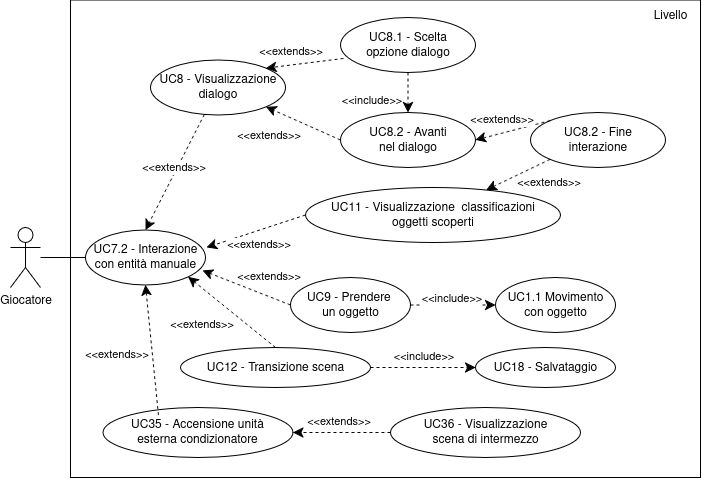
Before: Documentazione/source/imgs/uc-interazione_manuale.png, a diagram exported from draw.io (fliposab/ProgettoStage). Source tidied: cells renumbered, new cells last; positions are measured from the earlier drawing's top-left corner, leaving out a move shared by most shapes.
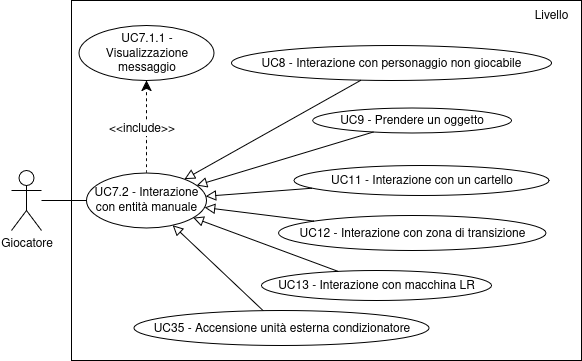
The same file after the commit.

Diff of the diagram source:
```diff
@@ -3,156 +3,66 @@
     <mxCell id="0" />
     <mxCell id="1" parent="0" />
     <mxCell id="2" style="rounded=0;whiteSpace=wrap;html=1;gradientColor=none;" parent="1" vertex="1">
-      <mxGeometry x="60" y="0.5" width="630" height="477.5" as="geometry" />
+      <mxGeometry x="60" y="58" width="510" height="360" as="geometry" />
     </mxCell>
-    <mxCell id="3" style="rounded=0;jettySize=auto;html=1;entryX=0;entryY=0.5;entryDx=0;entryDy=0;endArrow=none;startFill=0;" parent="1" edge="1" source="4" target="5">
+    <mxCell id="3" style="rounded=0;jettySize=auto;html=1;entryX=0;entryY=0.5;entryDx=0;entryDy=0;endArrow=none;startFill=0;" parent="1" edge="1" source="4" target="7">
       <mxGeometry relative="1" as="geometry" />
     </mxCell>
     <mxCell id="4" value="Giocatore" style="shape=umlActor;verticalLabelPosition=bottom;verticalAlign=top;html=1;outlineConnect=0;" parent="1" vertex="1">
       <mxGeometry y="228" width="30" height="60" as="geometry" />
     </mxCell>
-    <mxCell id="5" value="&lt;div&gt;UC7.2 - Interazione&lt;/div&gt;&lt;div&gt;con entità manuale&lt;/div&gt;" style="ellipse;whiteSpace=wrap;html=1;" parent="1" vertex="1">
-      <mxGeometry x="75" y="230.5" width="120" height="55" as="geometry" />
+    <mxCell id="5" style="edgeStyle=none;curved=1;rounded=0;jettySize=auto;html=1;fontSize=12;startSize=8;endSize=8;dashed=1;" parent="1" edge="1" source="7" target="11">
+      <mxGeometry relative="1" as="geometry" />
     </mxCell>
-    <mxCell id="6" value="Livello" style="text;html=1;align=center;verticalAlign=middle;whiteSpace=wrap;rounded=0;" parent="1" vertex="1">
-      <mxGeometry x="630" y="0.5" width="60" height="30" as="geometry" />
+    <mxCell id="6" value="&amp;lt;&amp;lt;include&amp;gt;&amp;gt;" style="edgeLabel;html=1;align=center;verticalAlign=middle;fontSize=12;" parent="5" vertex="1">
+      <mxGeometry x="0.39" y="1" relative="1" as="geometry">
+        <mxPoint x="-5" y="19" as="offset" />
+      </mxGeometry>
     </mxCell>
-    <mxCell id="7" value="&lt;div&gt;UC9 - Prendere&amp;nbsp;&lt;/div&gt;&lt;div&gt;un oggetto&lt;/div&gt;" style="ellipse;whiteSpace=wrap;html=1;" parent="1" vertex="1">
-      <mxGeometry x="280" y="278" width="120" height="55" as="geometry" />
+    <mxCell id="7" value="&lt;div&gt;UC7.2 - Interazione&lt;/div&gt;&lt;div&gt;con entità manuale&lt;/div&gt;" style="ellipse;whiteSpace=wrap;html=1;" parent="1" vertex="1">
+      <mxGeometry x="75" y="230.5" width="120" height="55" as="geometry" />
     </mxCell>
-    <mxCell id="8" value="&lt;div&gt;UC8 -&amp;nbsp;Visualizzazione&lt;/div&gt;&lt;div&gt;dialogo&lt;/div&gt;" style="ellipse;whiteSpace=wrap;html=1;" parent="1" vertex="1">
-      <mxGeometry x="140" y="60.5" width="135" height="55" as="geometry" />
+    <mxCell id="8" value="Livello" style="text;html=1;align=center;verticalAlign=middle;whiteSpace=wrap;rounded=0;" parent="1" vertex="1">
+      <mxGeometry x="510" y="58" width="60" height="30" as="geometry" />
     </mxCell>
-    <mxCell id="9" style="rounded=0;jettySize=auto;html=1;entryX=0.5;entryY=0;entryDx=0;entryDy=0;endArrow=classic;endFill=1;endSize=8;dashed=1;startArrow=none;startFill=0;" parent="1" edge="1" source="8" target="5">
+    <mxCell id="9" style="edgeStyle=none;curved=1;rounded=0;jettySize=auto;html=1;fontSize=12;startSize=8;endSize=8;endArrow=block;endFill=0;" parent="1" edge="1" source="10" target="7">
       <mxGeometry relative="1" as="geometry" />
     </mxCell>
-    <mxCell id="10" value="&amp;lt;&amp;lt;extends&amp;gt;&amp;gt;" style="edgeLabel;html=1;align=center;verticalAlign=middle;points=[];" parent="9" vertex="1">
-      <mxGeometry x="-0.1" relative="1" as="geometry">
-        <mxPoint x="-5" as="offset" />
-      </mxGeometry>
+    <mxCell id="10" value="&lt;div&gt;UC35 - Accensione unità esterna condizionatore&lt;/div&gt;" style="ellipse;whiteSpace=wrap;html=1;" parent="1" vertex="1">
+      <mxGeometry x="122.5" y="368" width="295" height="35" as="geometry" />
     </mxCell>
-    <mxCell id="11" value="&lt;div&gt;UC8.2 - Avanti&lt;/div&gt;&lt;div&gt;nel dialogo&lt;/div&gt;" style="ellipse;whiteSpace=wrap;html=1;" parent="1" vertex="1">
-      <mxGeometry x="330" y="113" width="135" height="55" as="geometry" />
+    <mxCell id="11" value="UC7.1.1 - Visualizzazione messaggio" style="ellipse;whiteSpace=wrap;html=1;" parent="1" vertex="1">
+      <mxGeometry x="67.5" y="83" width="135" height="55" as="geometry" />
     </mxCell>
-    <mxCell id="12" style="rounded=0;jettySize=auto;html=1;entryX=1;entryY=1;entryDx=0;entryDy=0;endArrow=classic;endFill=1;endSize=8;dashed=1;startArrow=none;startFill=0;exitX=0;exitY=0.5;exitDx=0;exitDy=0;" parent="1" edge="1" source="11" target="8">
-      <mxGeometry relative="1" as="geometry" />
+    <mxCell id="12" value="&lt;div&gt;UC8 - Interazione con personaggio non giocabile&lt;/div&gt;" style="ellipse;whiteSpace=wrap;html=1;" parent="1" vertex="1">
+      <mxGeometry x="220" y="103" width="320" height="35" as="geometry" />
     </mxCell>
-    <mxCell id="13" value="&amp;lt;&amp;lt;extends&amp;gt;&amp;gt;" style="edgeLabel;html=1;align=center;verticalAlign=middle;points=[];" parent="12" vertex="1">
-      <mxGeometry x="0.13" y="1" relative="1" as="geometry">
-        <mxPoint x="-31" y="12" as="offset" />
-      </mxGeometry>
+    <mxCell id="13" value="&lt;div&gt;UC11 - Interazione con un cartello&lt;/div&gt;" style="ellipse;whiteSpace=wrap;html=1;" parent="1" vertex="1">
+      <mxGeometry x="282.5" y="223" width="255" height="30" as="geometry" />
     </mxCell>
-    <mxCell id="14" value="&lt;div&gt;UC8.1 - Scelta&lt;/div&gt;&lt;div&gt;opzione dialogo&lt;/div&gt;" style="ellipse;whiteSpace=wrap;html=1;" parent="1" vertex="1">
-      <mxGeometry x="330" y="18" width="135" height="55" as="geometry" />
+    <mxCell id="14" value="&lt;div&gt;UC9 - Prendere un oggetto&lt;/div&gt;" style="ellipse;whiteSpace=wrap;html=1;" parent="1" vertex="1">
+      <mxGeometry x="301.2" y="165.5" width="198.8" height="25" as="geometry" />
     </mxCell>
-    <mxCell id="15" value="&lt;div&gt;UC8.2 - Fine&lt;/div&gt;&lt;div&gt;interazione&lt;/div&gt;" style="ellipse;whiteSpace=wrap;html=1;" parent="1" vertex="1">
-      <mxGeometry x="520" y="113" width="135" height="55" as="geometry" />
+    <mxCell id="15" style="edgeStyle=none;curved=1;rounded=0;jettySize=auto;html=1;fontSize=12;startSize=8;endSize=8;endArrow=block;endFill=0;" parent="1" edge="1" source="14" target="7">
+      <mxGeometry relative="1" as="geometry" />
     </mxCell>
-    <mxCell id="16" value="&lt;div&gt;UC11 - Visualizzazione&amp;nbsp; classificazioni&lt;/div&gt;&lt;div&gt;oggetti scoperti&lt;/div&gt;" style="ellipse;whiteSpace=wrap;html=1;" parent="1" vertex="1">
-      <mxGeometry x="295" y="188" width="255" height="55" as="geometry" />
+    <mxCell id="16" style="edgeStyle=none;curved=1;rounded=0;jettySize=auto;html=1;fontSize=12;startSize=8;endSize=8;endArrow=block;endFill=0;" parent="1" edge="1" source="13" target="7">
+      <mxGeometry relative="1" as="geometry" />
     </mxCell>
-    <mxCell id="17" value="&lt;div&gt;UC12 - Transizione scena&lt;/div&gt;" style="ellipse;whiteSpace=wrap;html=1;" parent="1" vertex="1">
-      <mxGeometry x="170" y="348" width="190" height="40" as="geometry" />
+    <mxCell id="17" style="edgeStyle=none;curved=1;rounded=0;jettySize=auto;html=1;fontSize=12;startSize=8;endSize=8;endArrow=block;endFill=0;" parent="1" edge="1" source="12" target="7">
+      <mxGeometry relative="1" as="geometry" />
     </mxCell>
-    <mxCell id="18" style="rounded=0;jettySize=auto;html=1;entryX=1.008;entryY=0.318;entryDx=0;entryDy=0;endArrow=classic;endFill=1;endSize=8;dashed=1;startArrow=none;startFill=0;exitX=0;exitY=0.5;exitDx=0;exitDy=0;entryPerimeter=0;" parent="1" edge="1" source="16" target="5">
-      <mxGeometry relative="1" as="geometry" />
+    <mxCell id="18" value="&lt;div&gt;UC12 - Interazione con zona di transizione&lt;/div&gt;" style="ellipse;whiteSpace=wrap;html=1;" parent="1" vertex="1">
+      <mxGeometry x="266.9" y="273" width="267.5" height="35" as="geometry" />
     </mxCell>
-    <mxCell id="19" value="&amp;lt;&amp;lt;extends&amp;gt;&amp;gt;" style="edgeLabel;html=1;align=center;verticalAlign=middle;" parent="18" vertex="1">
-      <mxGeometry x="0.28" y="-2" relative="1" as="geometry">
-        <mxPoint x="17" y="10" as="offset" />
-      </mxGeometry>
+    <mxCell id="19" style="edgeStyle=none;curved=1;rounded=0;jettySize=auto;html=1;fontSize=12;startSize=8;endSize=8;endArrow=block;endFill=0;" parent="1" edge="1" source="18" target="7">
+      <mxGeometry relative="1" as="geometry" />
     </mxCell>
-    <mxCell id="20" style="rounded=0;jettySize=auto;html=1;entryX=0.975;entryY=0.736;entryDx=0;entryDy=0;endArrow=classic;endFill=1;endSize=8;dashed=1;startArrow=none;startFill=0;exitX=0;exitY=0.5;exitDx=0;exitDy=0;entryPerimeter=0;" parent="1" edge="1" source="7" target="5">
-      <mxGeometry relative="1" as="geometry" />
+    <mxCell id="20" value="&lt;div&gt;UC13 - Interazione con macchina LR&lt;/div&gt;" style="ellipse;whiteSpace=wrap;html=1;" parent="1" vertex="1">
+      <mxGeometry x="250" y="328" width="230" height="30" as="geometry" />
     </mxCell>
-    <mxCell id="21" value="&amp;lt;&amp;lt;extends&amp;gt;&amp;gt;" style="edgeLabel;html=1;align=center;verticalAlign=middle;" parent="20" vertex="1">
-      <mxGeometry x="-0.37" y="3" relative="1" as="geometry">
-        <mxPoint x="6" y="-21" as="offset" />
-      </mxGeometry>
+    <mxCell id="21" style="edgeStyle=none;curved=1;rounded=0;jettySize=auto;html=1;fontSize=12;startSize=8;endSize=8;endArrow=block;endFill=0;" parent="1" edge="1" source="20" target="7">
+      <mxGeometry relative="1" as="geometry" />
     </mxCell>
-    <mxCell id="22" style="rounded=0;jettySize=auto;html=1;entryX=1;entryY=1;entryDx=0;entryDy=0;endArrow=classic;endFill=1;endSize=8;dashed=1;startArrow=none;startFill=0;exitX=0.5;exitY=0;exitDx=0;exitDy=0;" parent="1" edge="1" source="17" target="5">
-      <mxGeometry relative="1" as="geometry" />
-    </mxCell>
-    <mxCell id="23" value="&amp;lt;&amp;lt;extends&amp;gt;&amp;gt;" style="edgeLabel;html=1;align=center;verticalAlign=middle;" parent="22" vertex="1">
-      <mxGeometry x="0.23" y="1" relative="1" as="geometry">
-        <mxPoint x="-21" y="19" as="offset" />
-      </mxGeometry>
-    </mxCell>
-    <mxCell id="24" style="rounded=0;jettySize=auto;html=1;entryX=1;entryY=0;entryDx=0;entryDy=0;endArrow=classic;endFill=1;endSize=8;dashed=1;startArrow=none;startFill=0;exitX=0.022;exitY=0.745;exitDx=0;exitDy=0;exitPerimeter=0;" parent="1" edge="1" source="14" target="8">
-      <mxGeometry relative="1" as="geometry" />
-    </mxCell>
-    <mxCell id="25" value="&amp;lt;&amp;lt;extends&amp;gt;&amp;gt;" style="edgeLabel;html=1;align=center;verticalAlign=middle;" parent="24" vertex="1">
-      <mxGeometry x="-0.43" y="2" relative="1" as="geometry">
-        <mxPoint x="-31" y="-12" as="offset" />
-      </mxGeometry>
-    </mxCell>
-    <mxCell id="26" style="rounded=0;jettySize=auto;html=1;entryX=0.5;entryY=0;entryDx=0;entryDy=0;endArrow=classic;endFill=1;endSize=8;dashed=1;startArrow=none;startFill=0;exitX=0.5;exitY=1;exitDx=0;exitDy=0;" parent="1" edge="1" source="14" target="11">
-      <mxGeometry relative="1" as="geometry" />
-    </mxCell>
-    <mxCell id="27" value="&amp;lt;&amp;lt;include&amp;gt;&amp;gt;" style="edgeLabel;html=1;align=center;verticalAlign=middle;" parent="26" vertex="1">
-      <mxGeometry x="-0.42" relative="1" as="geometry">
-        <mxPoint x="-37" y="16" as="offset" />
-      </mxGeometry>
-    </mxCell>
-    <mxCell id="28" style="rounded=0;jettySize=auto;html=1;endArrow=classic;endFill=1;endSize=8;dashed=1;startArrow=none;startFill=0;exitX=0;exitY=1;exitDx=0;exitDy=0;" parent="1" edge="1" source="15" target="16">
-      <mxGeometry relative="1" as="geometry" />
-    </mxCell>
-    <mxCell id="29" value="&amp;lt;&amp;lt;extends&amp;gt;&amp;gt;" style="edgeLabel;html=1;align=center;verticalAlign=middle;" parent="28" vertex="1">
-      <mxGeometry x="-0.37" y="1" relative="1" as="geometry">
-        <mxPoint x="18" y="12" as="offset" />
-      </mxGeometry>
-    </mxCell>
-    <mxCell id="30" style="rounded=0;jettySize=auto;html=1;entryX=1;entryY=0.5;entryDx=0;entryDy=0;endArrow=classic;endFill=1;endSize=8;dashed=1;startArrow=none;startFill=0;exitX=0;exitY=0;exitDx=0;exitDy=0;" parent="1" edge="1" source="15" target="11">
-      <mxGeometry relative="1" as="geometry" />
-    </mxCell>
-    <mxCell id="31" value="&amp;lt;&amp;lt;extends&amp;gt;&amp;gt;" style="edgeLabel;html=1;align=center;verticalAlign=middle;" parent="30" vertex="1">
-      <mxGeometry x="-0.18" y="-1" relative="1" as="geometry">
-        <mxPoint x="-19" y="-9" as="offset" />
-      </mxGeometry>
-    </mxCell>
-    <mxCell id="32" value="&lt;div&gt;UC1.1 Movimento&lt;/div&gt;&lt;div&gt;con oggetto&lt;/div&gt;" style="ellipse;whiteSpace=wrap;html=1;" parent="1" vertex="1">
-      <mxGeometry x="485" y="278" width="120" height="55" as="geometry" />
-    </mxCell>
-    <mxCell id="33" style="rounded=0;jettySize=auto;html=1;entryX=0;entryY=0.5;entryDx=0;entryDy=0;endArrow=classic;endFill=1;endSize=8;dashed=1;startArrow=none;startFill=0;exitX=1;exitY=0.5;exitDx=0;exitDy=0;" parent="1" edge="1" source="7" target="32">
-      <mxGeometry relative="1" as="geometry" />
-    </mxCell>
-    <mxCell id="34" value="&amp;lt;&amp;lt;include&amp;gt;&amp;gt;" style="edgeLabel;html=1;align=center;verticalAlign=middle;" parent="33" vertex="1">
-      <mxGeometry x="0.12" y="-1" relative="1" as="geometry">
-        <mxPoint x="-7" y="-8" as="offset" />
-      </mxGeometry>
-    </mxCell>
-    <mxCell id="35" value="UC18 - Salvataggio" style="ellipse;whiteSpace=wrap;html=1;" parent="1" vertex="1">
-      <mxGeometry x="465" y="348" width="140" height="40" as="geometry" />
-    </mxCell>
-    <mxCell id="36" style="rounded=0;jettySize=auto;html=1;endArrow=classic;endFill=1;endSize=8;dashed=1;startArrow=none;startFill=0;exitX=1;exitY=0.5;exitDx=0;exitDy=0;entryX=0;entryY=0.5;entryDx=0;entryDy=0;" parent="1" edge="1" source="17" target="35">
-      <mxGeometry relative="1" as="geometry" />
-    </mxCell>
-    <mxCell id="37" value="&amp;lt;&amp;lt;include&amp;gt;&amp;gt;" style="edgeLabel;html=1;align=center;verticalAlign=middle;" parent="36" vertex="1">
-      <mxGeometry x="0.12" y="-1" relative="1" as="geometry">
-        <mxPoint x="-6" y="-13" as="offset" />
-      </mxGeometry>
-    </mxCell>
-    <mxCell id="38" value="&lt;div&gt;UC35 - Accensione unità&lt;/div&gt;&lt;div&gt;esterna condizionatore&lt;/div&gt;" style="ellipse;whiteSpace=wrap;html=1;" parent="1" vertex="1">
-      <mxGeometry x="92.5" y="408" width="190" height="50" as="geometry" />
-    </mxCell>
-    <mxCell id="39" style="rounded=0;jettySize=auto;html=1;entryX=0.5;entryY=1;entryDx=0;entryDy=0;endArrow=classic;endFill=1;endSize=8;dashed=1;startArrow=none;startFill=0;exitX=0.292;exitY=0.15;exitDx=0;exitDy=0;exitPerimeter=0;" parent="1" edge="1" source="38" target="5">
-      <mxGeometry relative="1" as="geometry" />
-    </mxCell>
-    <mxCell id="40" value="&amp;lt;&amp;lt;extends&amp;gt;&amp;gt;" style="edgeLabel;html=1;align=center;verticalAlign=middle;" parent="39" vertex="1">
-      <mxGeometry x="0.23" y="1" relative="1" as="geometry">
-        <mxPoint x="-34" y="18" as="offset" />
-      </mxGeometry>
-    </mxCell>
-    <mxCell id="41" value="&lt;div&gt;UC36 - Visualizzazione&lt;/div&gt;&lt;div&gt;scena di intermezzo&lt;/div&gt;" style="ellipse;whiteSpace=wrap;html=1;" parent="1" vertex="1">
-      <mxGeometry x="380" y="408" width="190" height="50" as="geometry" />
-    </mxCell>
-    <mxCell id="42" style="rounded=0;jettySize=auto;html=1;endArrow=classic;endFill=1;endSize=8;dashed=1;startArrow=none;startFill=0;exitX=0;exitY=0.5;exitDx=0;exitDy=0;entryX=1;entryY=0.5;entryDx=0;entryDy=0;" parent="1" edge="1" source="41" target="38">
-      <mxGeometry relative="1" as="geometry" />
-    </mxCell>
-    <mxCell id="43" value="&amp;lt;&amp;lt;extends&amp;gt;&amp;gt;" style="edgeLabel;html=1;align=center;verticalAlign=middle;" parent="42" vertex="1">
-      <mxGeometry x="-0.37" y="1" relative="1" as="geometry">
-        <mxPoint x="-23" y="-13" as="offset" />
-      </mxGeometry>
-    </mxCell>
   </root>
 </mxGraphModel>
```
